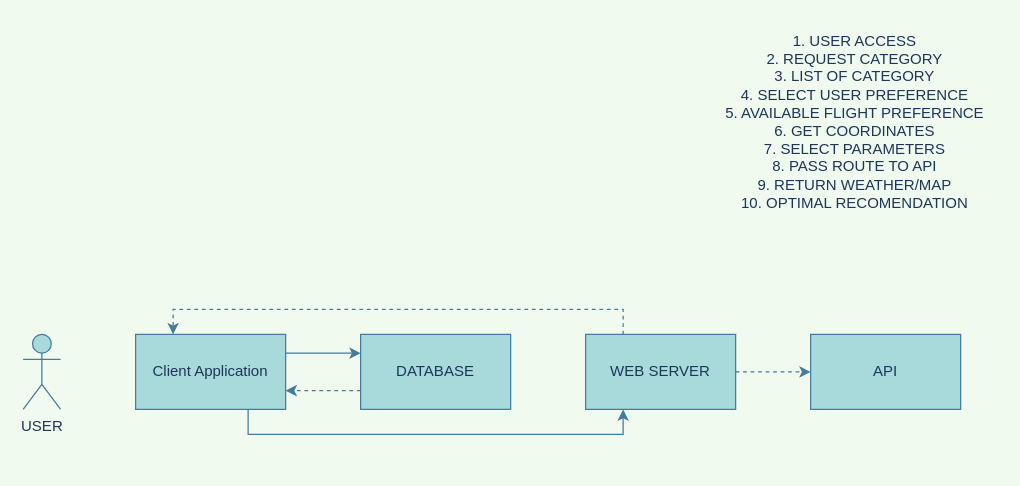
Above: Untitled Diagram.drawio in subhavgoyal1/mlassignment1 (draw.io), before the change. Source tidied: cells renumbered, new cells numbered last; positions are measured from the earlier drawing's top-left corner, leaving out a move shared by most shapes. Both pictures are drawn from the tidied source at 125%, with x=0, y=0 at pixel (22, 21).
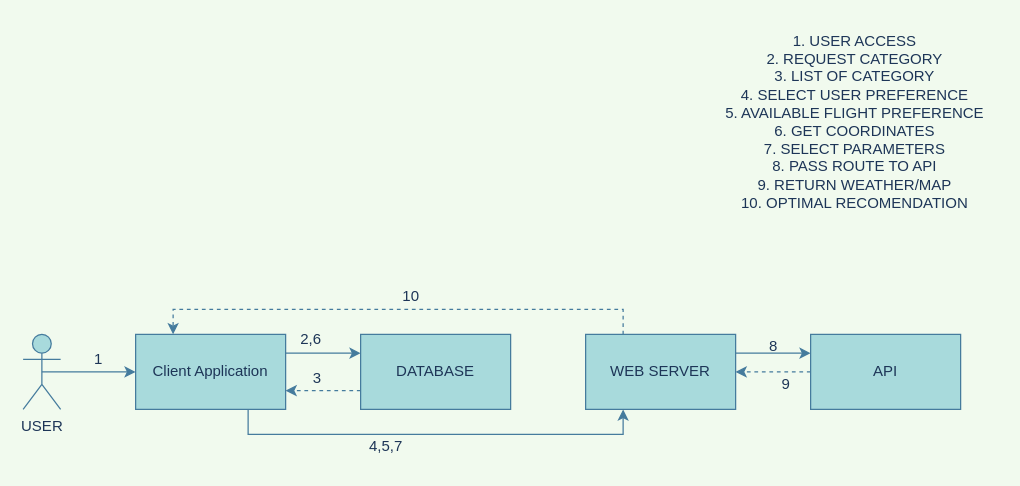
The same diagram, later.

Unchanged cells that the change refers to:
```xml
<mxCell id="2" value="USER" style="shape=umlActor;verticalLabelPosition=bottom;verticalAlign=top;html=1;fillColor=#A8DADC;strokeColor=#457B9D;fontColor=#1D3557;" parent="1" vertex="1">
  <mxGeometry y="250" width="30" height="60" as="geometry" />
</mxCell>
<mxCell id="5" value="Client Application" style="rounded=0;whiteSpace=wrap;html=1;fillColor=#A8DADC;strokeColor=#457B9D;fontColor=#1D3557;" parent="1" vertex="1">
  <mxGeometry x="90" y="250" width="120" height="60" as="geometry" />
</mxCell>
<mxCell id="10" value="WEB SERVER" style="rounded=0;whiteSpace=wrap;html=1;fillColor=#A8DADC;strokeColor=#457B9D;fontColor=#1D3557;" parent="1" vertex="1">
  <mxGeometry x="450" y="250" width="120" height="60" as="geometry" />
</mxCell>
<mxCell id="11" value="API" style="rounded=0;whiteSpace=wrap;html=1;fillColor=#A8DADC;strokeColor=#457B9D;fontColor=#1D3557;" parent="1" vertex="1">
  <mxGeometry x="630" y="250" width="120" height="60" as="geometry" />
</mxCell>
```

What changed in the source:
```diff
@@
+    <mxCell id="13" style="edgeStyle=orthogonalEdgeStyle;rounded=0;jettySize=auto;html=1;exitX=0.5;exitY=0.5;exitDx=0;exitDy=0;exitPerimeter=0;entryX=0;entryY=0.5;entryDx=0;entryDy=0;strokeColor=#457B9D;fontSize=12;fontColor=#1D3557;fillColor=#A8DADC;" parent="1" edge="1" source="2" target="5">
+      <mxGeometry relative="1" as="geometry" />
+    </mxCell>
@@
-    <mxCell id="9" style="edgeStyle=orthogonalEdgeStyle;rounded=0;jettySize=auto;html=1;exitX=1;exitY=0.5;exitDx=0;exitDy=0;entryX=0;entryY=0.5;entryDx=0;entryDy=0;dashed=1;labelBackgroundColor=#F1FAEE;strokeColor=#457B9D;fontColor=#1D3557;" parent="1" edge="1" source="10" target="11">
+    <mxCell id="9" style="edgeStyle=orthogonalEdgeStyle;rounded=0;jettySize=auto;html=1;exitX=0;exitY=0.5;exitDx=0;exitDy=0;entryX=1;entryY=0.5;entryDx=0;entryDy=0;dashed=1;labelBackgroundColor=#F1FAEE;strokeColor=#457B9D;fontColor=#1D3557;" parent="1" edge="1" source="11" target="10">
       <mxGeometry relative="1" as="geometry" />
     </mxCell>
+    <mxCell id="14" style="edgeStyle=orthogonalEdgeStyle;rounded=0;jettySize=auto;html=1;exitX=1;exitY=0.25;exitDx=0;exitDy=0;entryX=0;entryY=0.25;entryDx=0;entryDy=0;strokeColor=#457B9D;fontSize=12;fontColor=#1D3557;fillColor=#A8DADC;" parent="1" edge="1" source="10" target="11">
+      <mxGeometry relative="1" as="geometry" />
+    </mxCell>
@@
+    <mxCell id="15" value="&lt;font style=&quot;font-size: 12px;&quot;&gt;2,6&lt;/font&gt;" style="text;html=1;align=center;verticalAlign=middle;strokeColor=none;fillColor=none;fontSize=23;fontColor=#1D3557;" parent="1" vertex="1">
+      <mxGeometry x="210" y="230" width="40" height="40" as="geometry" />
+    </mxCell>
+    <mxCell id="16" value="1" style="text;html=1;align=center;verticalAlign=middle;strokeColor=none;fillColor=none;fontSize=12;fontColor=#1D3557;" parent="1" vertex="1">
+      <mxGeometry x="45" y="255" width="30" height="30" as="geometry" />
+    </mxCell>
+    <mxCell id="17" value="3" style="text;html=1;align=center;verticalAlign=middle;strokeColor=none;fillColor=none;fontSize=12;fontColor=#1D3557;" parent="1" vertex="1">
+      <mxGeometry x="220" y="270" width="30" height="30" as="geometry" />
+    </mxCell>
+    <mxCell id="18" value="4,5,7" style="text;html=1;align=center;verticalAlign=middle;strokeColor=none;fillColor=none;fontSize=12;fontColor=#1D3557;" parent="1" vertex="1">
+      <mxGeometry x="265" y="325" width="50" height="30" as="geometry" />
+    </mxCell>
+    <mxCell id="19" value="10" style="text;html=1;align=center;verticalAlign=middle;strokeColor=none;fillColor=none;fontSize=12;fontColor=#1D3557;" parent="1" vertex="1">
+      <mxGeometry x="290" y="205" width="40" height="30" as="geometry" />
+    </mxCell>
+    <mxCell id="20" value="8" style="text;html=1;align=center;verticalAlign=middle;strokeColor=none;fillColor=none;fontSize=12;fontColor=#1D3557;" parent="1" vertex="1">
+      <mxGeometry x="585" y="245" width="30" height="30" as="geometry" />
+    </mxCell>
+    <mxCell id="21" value="9" style="text;html=1;align=center;verticalAlign=middle;strokeColor=none;fillColor=none;fontSize=12;fontColor=#1D3557;" parent="1" vertex="1">
+      <mxGeometry x="595" y="275" width="30" height="30" as="geometry" />
+    </mxCell>
```
